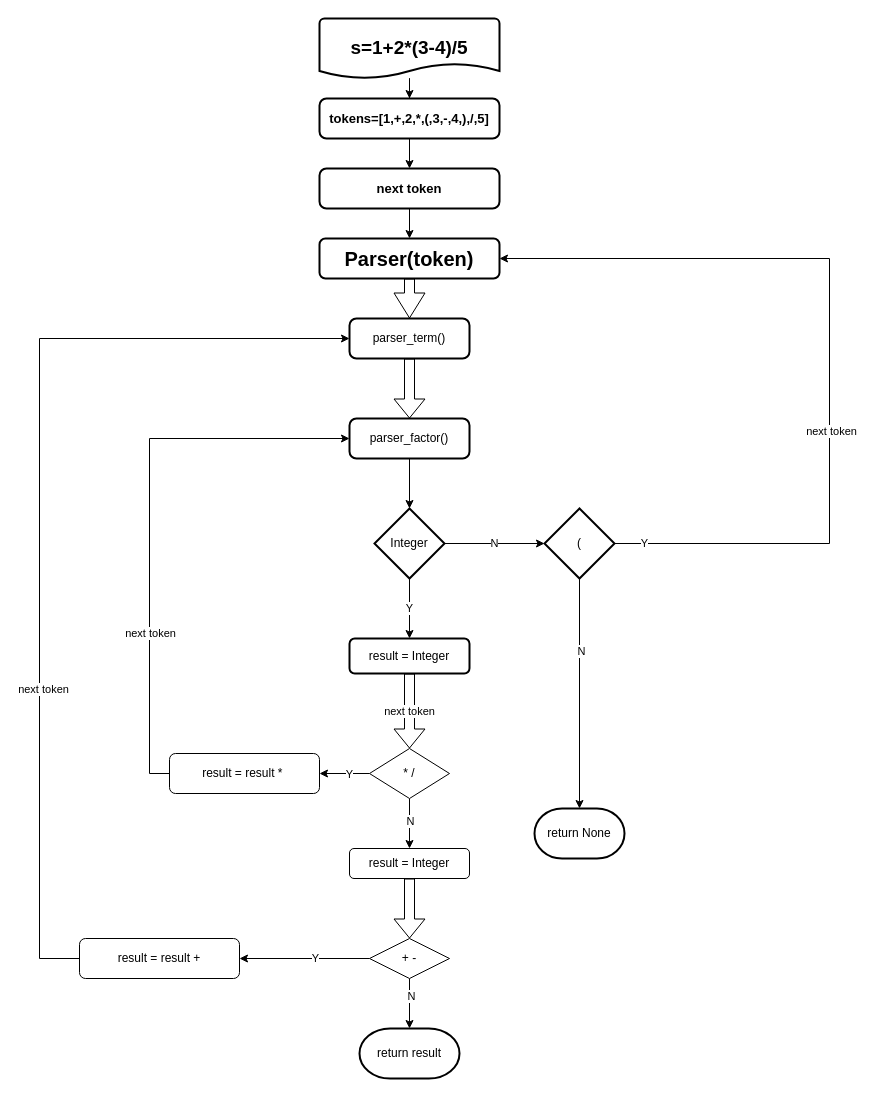
Above: 递归下降算法.drawio in dsxkline/dsx_base_algorithm (draw.io), before the change. Source tidied: cells renumbered, new cells numbered last; positions are measured from the earlier drawing's top-left corner, leaving out a move shared by most shapes. Both pictures are drawn from the tidied source at 100%, with x=0, y=0 at pixel (39, 18).
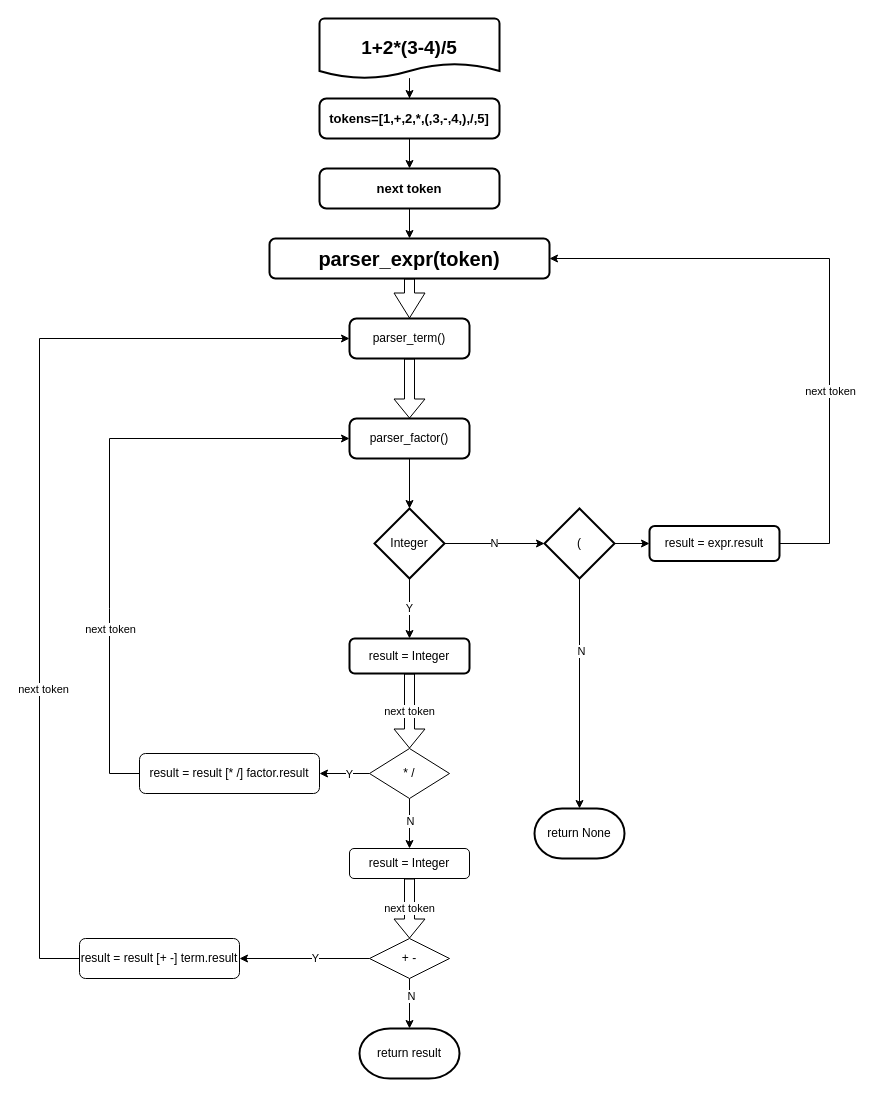
The same diagram, later.

Commit message (it also covers changes not shown here):
更新递归下降算法.drawio

Unchanged cells that the change refers to:
```xml
<mxCell id="9" value="parser_factor()" style="rounded=1;whiteSpace=wrap;html=1;absoluteArcSize=1;arcSize=14;strokeWidth=2;" parent="1" vertex="1">
  <mxGeometry x="310" y="400" width="120" height="40" as="geometry" />
</mxCell>
<mxCell id="18" value="(" style="strokeWidth=2;html=1;shape=mxgraph.flowchart.decision;whiteSpace=wrap;" parent="1" vertex="1">
  <mxGeometry x="505" y="490" width="70" height="70" as="geometry" />
</mxCell>
<mxCell id="36" value="result = Integer" style="rounded=1;whiteSpace=wrap;html=1;" parent="1" vertex="1">
  <mxGeometry x="310" y="830" width="120" height="30" as="geometry" />
</mxCell>
<mxCell id="41" value="+ -" style="rhombus;whiteSpace=wrap;html=1;" parent="1" vertex="1">
  <mxGeometry x="330" y="920" width="80" height="40" as="geometry" />
</mxCell>
```

What changed in the source:
```diff
@@
-    <mxCell id="3" value="Parser(token)" style="rounded=1;whiteSpace=wrap;html=1;fontSize=20;glass=0;strokeWidth=2;shadow=0;fontStyle=1;" parent="1" vertex="1">
-      <mxGeometry x="280" y="220" width="180" height="40" as="geometry" />
+    <mxCell id="3" value="parser_expr(token)" style="rounded=1;whiteSpace=wrap;html=1;fontSize=20;glass=0;strokeWidth=2;shadow=0;fontStyle=1;" parent="1" vertex="1">
+      <mxGeometry x="230" y="220" width="280" height="40" as="geometry" />
     </mxCell>
@@
-    <mxCell id="5" value="s=1+2*(3-4)/5" style="strokeWidth=2;html=1;shape=mxgraph.flowchart.document2;whiteSpace=wrap;size=0.25;fontSize=19;fontStyle=1;" parent="1" vertex="1">
+    <mxCell id="5" value="1+2*(3-4)/5" style="strokeWidth=2;html=1;shape=mxgraph.flowchart.document2;whiteSpace=wrap;size=0.25;fontSize=19;fontStyle=1;" parent="1" vertex="1">
       <mxGeometry x="280" width="180" height="60" as="geometry" />
     </mxCell>
@@
+    <mxCell id="46" style="edgeStyle=orthogonalEdgeStyle;rounded=0;jettySize=auto;html=1;" parent="1" edge="1" source="18" target="47">
+      <mxGeometry relative="1" as="geometry" />
+    </mxCell>
@@
-    <mxCell id="19" style="endArrow=classic;html=1;rounded=0;entryX=1;entryY=0.5;entryDx=0;entryDy=0;exitX=1;exitY=0.5;exitDx=0;exitDy=0;exitPerimeter=0;" parent="1" edge="1" source="18" target="3">
-      <mxGeometry relative="1" as="geometry">
-        <Array as="points">
-          <mxPoint x="790" y="525" />
-          <mxPoint x="790" y="240" />
-        </Array>
-      </mxGeometry>
-    </mxCell>
-    <mxCell id="20" value="Y" style="edgeLabel;html=1;align=center;verticalAlign=middle;" parent="19" vertex="1">
-      <mxGeometry x="-0.93" y="1" relative="1" as="geometry" />
-    </mxCell>
-    <mxCell id="21" value="next token" style="edgeLabel;html=1;align=center;verticalAlign=middle;" parent="19" vertex="1">
-      <mxGeometry x="-0.21" y="-1" relative="1" as="geometry" />
-    </mxCell>
@@
-    <mxCell id="32" value="result = result *&amp;nbsp;" style="rounded=1;whiteSpace=wrap;html=1;" parent="1" vertex="1">
-      <mxGeometry x="130" y="735" width="150" height="40" as="geometry" />
+    <mxCell id="32" value="result = result [* /] factor.result" style="rounded=1;whiteSpace=wrap;html=1;" parent="1" vertex="1">
+      <mxGeometry x="100" y="735" width="180" height="40" as="geometry" />
     </mxCell>
     <mxCell id="33" style="endArrow=classic;html=1;rounded=0;exitX=0;exitY=0.5;exitDx=0;exitDy=0;entryX=0;entryY=0.5;entryDx=0;entryDy=0;" parent="1" edge="1" source="32" target="9">
       <mxGeometry relative="1" as="geometry">
         <Array as="points">
-          <mxPoint x="110" y="755" />
-          <mxPoint x="110" y="420" />
+          <mxPoint x="70" y="755" />
+          <mxPoint x="70" y="590" />
+          <mxPoint x="70" y="420" />
         </Array>
       </mxGeometry>
     </mxCell>
@@
-    <mxCell id="35" style="edgeStyle=orthogonalEdgeStyle;rounded=0;jettySize=auto;html=1;shape=flexArrow;" parent="1" edge="1" source="36" target="41">
+    <mxCell id="35" value="next token" style="edgeStyle=orthogonalEdgeStyle;rounded=0;jettySize=auto;html=1;shape=flexArrow;" parent="1" edge="1" source="36" target="41">
       <mxGeometry relative="1" as="geometry" />
     </mxCell>
@@
-    <mxCell id="43" value="result = result +" style="rounded=1;whiteSpace=wrap;html=1;" parent="1" vertex="1">
+    <mxCell id="43" value="result = result [+ -] term.result" style="rounded=1;whiteSpace=wrap;html=1;" parent="1" vertex="1">
       <mxGeometry x="40" y="920" width="160" height="40" as="geometry" />
     </mxCell>
@@
+    <mxCell id="47" value="result = expr.result" style="rounded=1;whiteSpace=wrap;html=1;strokeWidth=2;" parent="1" vertex="1">
+      <mxGeometry x="610" y="507.5" width="130" height="35" as="geometry" />
+    </mxCell>
+    <mxCell id="48" style="endArrow=classic;html=1;rounded=0;exitX=1;exitY=0.5;exitDx=0;exitDy=0;" parent="1" edge="1" source="47" target="3">
+      <mxGeometry relative="1" as="geometry">
+        <Array as="points">
+          <mxPoint x="790" y="525" />
+          <mxPoint x="790" y="240" />
+          <mxPoint x="510" y="240" />
+        </Array>
+      </mxGeometry>
+    </mxCell>
+    <mxCell id="21" value="next token" style="edgeLabel;html=1;align=center;verticalAlign=middle;" parent="48" vertex="1">
+      <mxGeometry x="-0.34" relative="1" as="geometry" />
+    </mxCell>
```
